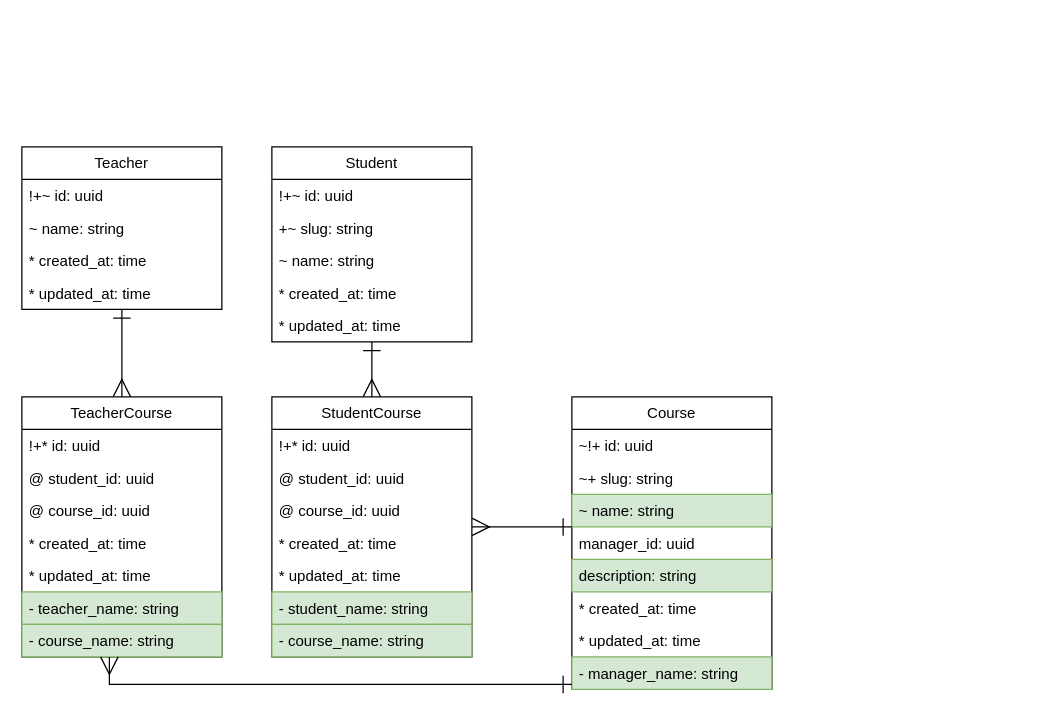
The draw.io diagram page "Course" (12 of 12) of docs/entity_relationship.drawio in IrusHunter/duckademic, before the edit. Source tidied: cells renumbered, new cells numbered last; positions are measured from the earlier drawing's top-left corner, leaving out a move shared by most shapes. Both pictures are drawn from the tidied source at 125%, with x=0, y=0 at pixel (21, 146).
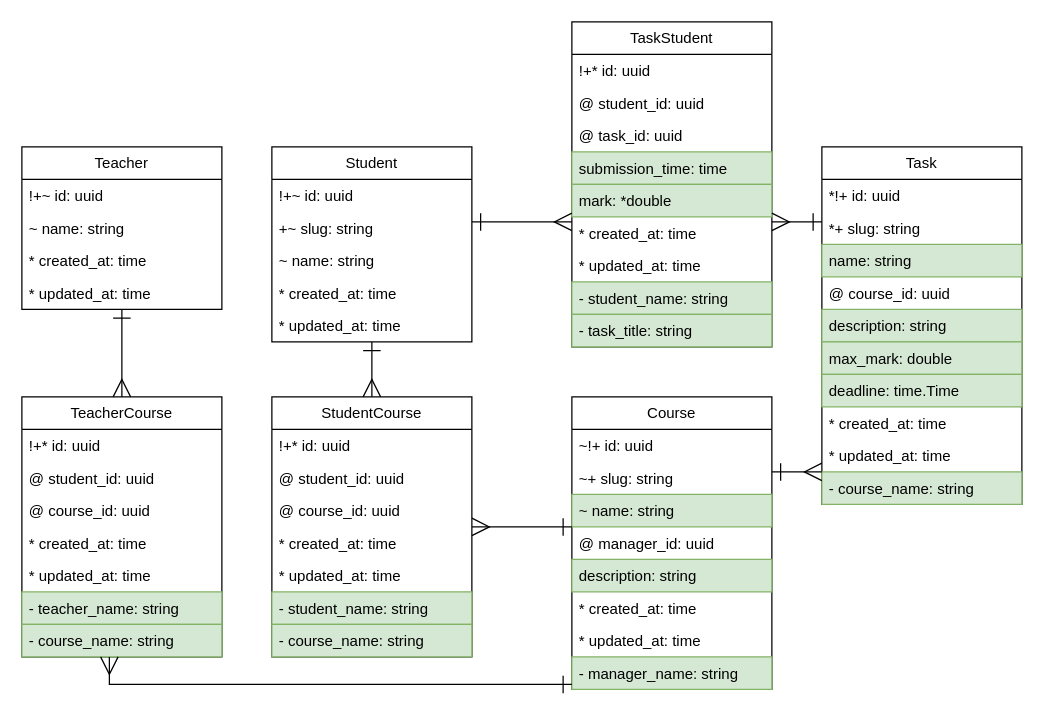
The same diagram, later.

Unchanged cells that the change refers to:
```xml
<mxCell id="7" value="Student" style="swimlane;fontStyle=0;horizontal=1;startSize=26;fillColor=none;whiteSpace=wrap;html=1;" parent="1" vertex="1">
  <mxGeometry x="200" width="160" height="156" as="geometry" />
</mxCell>
<mxCell id="13" value="Course" style="swimlane;fontStyle=0;horizontal=1;startSize=26;fillColor=none;whiteSpace=wrap;html=1;" parent="1" vertex="1">
  <mxGeometry x="440" y="200" width="160" height="234" as="geometry" />
</mxCell>
```

Change to the diagram source:
```diff
@@
-    <mxCell id="17" value="manager_id: uuid" style="text;align=left;verticalAlign=top;spacingLeft=4;spacingRight=4;overflow=hidden;whiteSpace=wrap;html=1;" parent="13" vertex="1">
+    <mxCell id="17" value="@ manager_id: uuid" style="text;align=left;verticalAlign=top;spacingLeft=4;spacingRight=4;overflow=hidden;whiteSpace=wrap;html=1;" parent="13" vertex="1">
       <mxGeometry y="104" width="160" height="26" as="geometry" />
     </mxCell>
@@
+    <mxCell id="42" value="Task" style="swimlane;fontStyle=0;horizontal=1;startSize=26;fillColor=none;whiteSpace=wrap;html=1;" parent="1" vertex="1">
+      <mxGeometry x="640" width="160" height="286" as="geometry" />
+    </mxCell>
+    <mxCell id="43" value="*!+ id: uuid" style="text;strokeColor=none;fillColor=none;align=left;verticalAlign=top;spacingLeft=4;spacingRight=4;overflow=hidden;whiteSpace=wrap;html=1;" parent="42" vertex="1">
+      <mxGeometry y="26" width="160" height="26" as="geometry" />
+    </mxCell>
+    <mxCell id="44" value="*+ slug: string" style="text;strokeColor=none;fillColor=none;align=left;verticalAlign=top;spacingLeft=4;spacingRight=4;overflow=hidden;whiteSpace=wrap;html=1;" parent="42" vertex="1">
+      <mxGeometry y="52" width="160" height="26" as="geometry" />
+    </mxCell>
+    <mxCell id="45" value="name: string" style="text;strokeColor=#82b366;fillColor=#d5e8d4;align=left;verticalAlign=top;spacingLeft=4;spacingRight=4;overflow=hidden;whiteSpace=wrap;html=1;" parent="42" vertex="1">
+      <mxGeometry y="78" width="160" height="26" as="geometry" />
+    </mxCell>
+    <mxCell id="46" value="@ course_id: uuid" style="text;align=left;verticalAlign=top;spacingLeft=4;spacingRight=4;overflow=hidden;whiteSpace=wrap;html=1;" parent="42" vertex="1">
+      <mxGeometry y="104" width="160" height="26" as="geometry" />
+    </mxCell>
+    <mxCell id="47" value="description: string" style="text;strokeColor=#82b366;fillColor=#d5e8d4;align=left;verticalAlign=top;spacingLeft=4;spacingRight=4;overflow=hidden;whiteSpace=wrap;html=1;" parent="42" vertex="1">
+      <mxGeometry y="130" width="160" height="26" as="geometry" />
+    </mxCell>
+    <mxCell id="48" value="max_mark: double" style="text;strokeColor=#82b366;fillColor=#d5e8d4;align=left;verticalAlign=top;spacingLeft=4;spacingRight=4;overflow=hidden;whiteSpace=wrap;html=1;" parent="42" vertex="1">
+      <mxGeometry y="156" width="160" height="26" as="geometry" />
+    </mxCell>
+    <mxCell id="49" value="deadline: time.Time" style="text;strokeColor=#82b366;fillColor=#d5e8d4;align=left;verticalAlign=top;spacingLeft=4;spacingRight=4;overflow=hidden;whiteSpace=wrap;html=1;" parent="42" vertex="1">
+      <mxGeometry y="182" width="160" height="26" as="geometry" />
+    </mxCell>
+    <mxCell id="50" value="* created_at: time" style="text;strokeColor=none;fillColor=none;align=left;verticalAlign=top;spacingLeft=4;spacingRight=4;overflow=hidden;whiteSpace=wrap;html=1;" parent="42" vertex="1">
+      <mxGeometry y="208" width="160" height="26" as="geometry" />
+    </mxCell>
+    <mxCell id="51" value="* updated_at: time" style="text;strokeColor=none;fillColor=none;align=left;verticalAlign=top;spacingLeft=4;spacingRight=4;overflow=hidden;whiteSpace=wrap;html=1;" parent="42" vertex="1">
+      <mxGeometry y="234" width="160" height="26" as="geometry" />
+    </mxCell>
+    <mxCell id="52" value="- course_name: string" style="text;strokeColor=#82b366;fillColor=#d5e8d4;align=left;verticalAlign=top;spacingLeft=4;spacingRight=4;overflow=hidden;whiteSpace=wrap;html=1;" parent="42" vertex="1">
+      <mxGeometry y="260" width="160" height="26" as="geometry" />
+    </mxCell>
+    <mxCell id="53" value="TaskStudent" style="swimlane;fontStyle=0;horizontal=1;startSize=26;fillColor=none;whiteSpace=wrap;html=1;" parent="1" vertex="1">
+      <mxGeometry x="440" y="-100" width="160" height="260" as="geometry" />
+    </mxCell>
+    <mxCell id="54" value="!+* id: uuid" style="text;strokeColor=none;fillColor=none;align=left;verticalAlign=top;spacingLeft=4;spacingRight=4;overflow=hidden;whiteSpace=wrap;html=1;" parent="53" vertex="1">
+      <mxGeometry y="26" width="160" height="26" as="geometry" />
+    </mxCell>
+    <mxCell id="55" value="@ student_id: uuid" style="text;strokeColor=none;fillColor=none;align=left;verticalAlign=top;spacingLeft=4;spacingRight=4;overflow=hidden;whiteSpace=wrap;html=1;" parent="53" vertex="1">
+      <mxGeometry y="52" width="160" height="26" as="geometry" />
+    </mxCell>
+    <mxCell id="56" value="@ task_id: uuid" style="text;strokeColor=none;fillColor=none;align=left;verticalAlign=top;spacingLeft=4;spacingRight=4;overflow=hidden;whiteSpace=wrap;html=1;" parent="53" vertex="1">
+      <mxGeometry y="78" width="160" height="26" as="geometry" />
+    </mxCell>
+    <mxCell id="57" value="submission_time: time" style="text;strokeColor=#82b366;fillColor=#d5e8d4;align=left;verticalAlign=top;spacingLeft=4;spacingRight=4;overflow=hidden;whiteSpace=wrap;html=1;" parent="53" vertex="1">
+      <mxGeometry y="104" width="160" height="26" as="geometry" />
+    </mxCell>
+    <mxCell id="58" value="mark: *double" style="text;strokeColor=#82b366;fillColor=#d5e8d4;align=left;verticalAlign=top;spacingLeft=4;spacingRight=4;overflow=hidden;whiteSpace=wrap;html=1;" parent="53" vertex="1">
+      <mxGeometry y="130" width="160" height="26" as="geometry" />
+    </mxCell>
+    <mxCell id="59" value="* created_at: time" style="text;strokeColor=none;fillColor=none;align=left;verticalAlign=top;spacingLeft=4;spacingRight=4;overflow=hidden;whiteSpace=wrap;html=1;" parent="53" vertex="1">
+      <mxGeometry y="156" width="160" height="26" as="geometry" />
+    </mxCell>
+    <mxCell id="60" value="* updated_at: time" style="text;strokeColor=none;fillColor=none;align=left;verticalAlign=top;spacingLeft=4;spacingRight=4;overflow=hidden;whiteSpace=wrap;html=1;" parent="53" vertex="1">
+      <mxGeometry y="182" width="160" height="26" as="geometry" />
+    </mxCell>
+    <mxCell id="61" value="- student_name: string" style="text;strokeColor=#82b366;fillColor=#d5e8d4;align=left;verticalAlign=top;spacingLeft=4;spacingRight=4;overflow=hidden;whiteSpace=wrap;html=1;" parent="53" vertex="1">
+      <mxGeometry y="208" width="160" height="26" as="geometry" />
+    </mxCell>
+    <mxCell id="62" value="- task_title: string" style="text;strokeColor=#82b366;fillColor=#d5e8d4;align=left;verticalAlign=top;spacingLeft=4;spacingRight=4;overflow=hidden;whiteSpace=wrap;html=1;" parent="53" vertex="1">
+      <mxGeometry y="234" width="160" height="26" as="geometry" />
+    </mxCell>
+    <mxCell id="63" style="edgeStyle=orthogonalEdgeStyle;html=1;startArrow=ERone;startFill=0;endArrow=ERmany;endFill=0;endSize=12;startSize=12;strokeWidth=1;rounded=0;curved=0;jumpStyle=line;" parent="1" edge="1" source="7" target="53">
+      <mxGeometry relative="1" as="geometry">
+        <Array as="points">
+          <mxPoint x="400" y="60" />
+          <mxPoint x="400" y="60" />
+        </Array>
+      </mxGeometry>
+    </mxCell>
+    <mxCell id="64" style="edgeStyle=orthogonalEdgeStyle;html=1;startArrow=ERone;startFill=0;endArrow=ERmany;endFill=0;endSize=12;startSize=12;strokeWidth=1;rounded=0;curved=0;jumpStyle=line;" parent="1" edge="1" source="42" target="53">
+      <mxGeometry relative="1" as="geometry">
+        <Array as="points">
+          <mxPoint x="620" y="60" />
+          <mxPoint x="620" y="60" />
+        </Array>
+      </mxGeometry>
+    </mxCell>
+    <mxCell id="65" style="edgeStyle=orthogonalEdgeStyle;html=1;startArrow=ERone;startFill=0;endArrow=ERmany;endFill=0;endSize=12;startSize=12;strokeWidth=1;rounded=0;curved=0;jumpStyle=line;" parent="1" edge="1" source="13" target="42">
+      <mxGeometry relative="1" as="geometry">
+        <Array as="points">
+          <mxPoint x="620" y="260" />
+          <mxPoint x="620" y="260" />
+        </Array>
+      </mxGeometry>
+    </mxCell>
```
